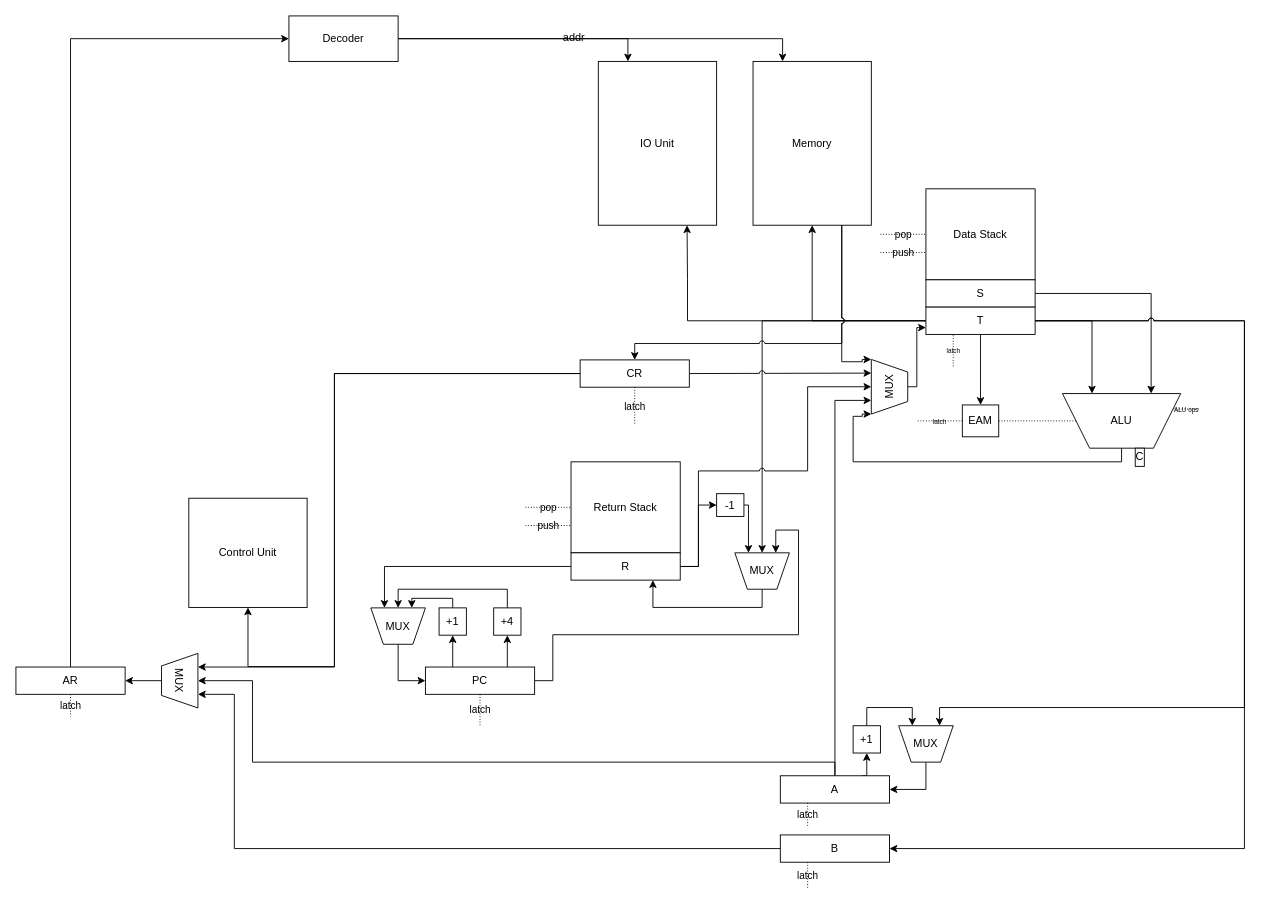
Before: CSA/sheme/f32a.drawio in artem961/itmo, a draw.io diagram. Source tidied: cells renumbered, new cells numbered last; positions are measured from the earlier drawing's top-left corner, leaving out a move shared by most shapes. Both pictures are drawn from the tidied source at 91%, with x=0, y=0 at pixel (15, 15).
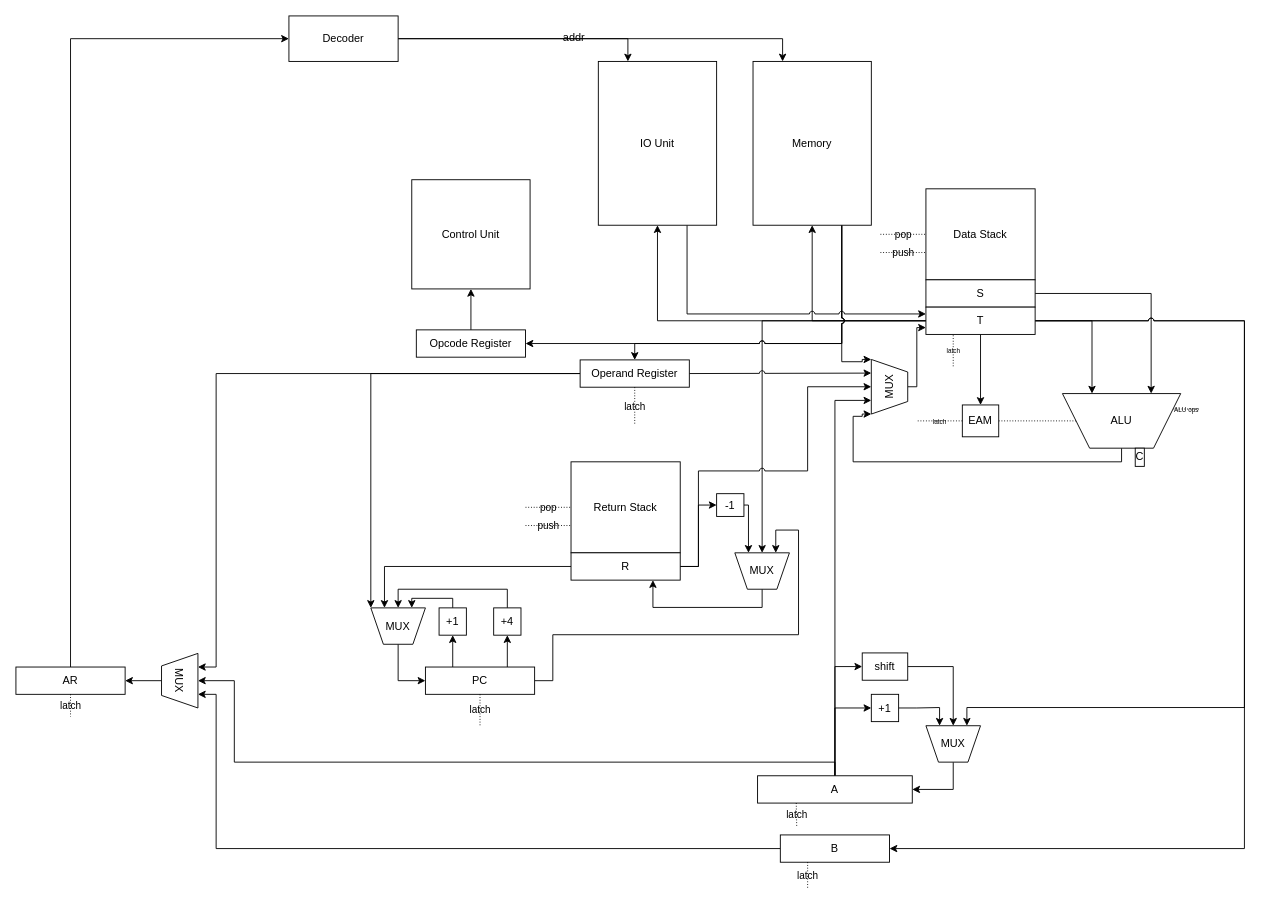
The same diagram, later.

Unchanged cells that the change refers to:
```xml
<mxCell id="15" value="T" style="rounded=0;whiteSpace=wrap;html=1;labelBackgroundColor=none;" parent="1" vertex="1">
  <mxGeometry x="1000" y="320" width="120" height="30" as="geometry" />
</mxCell>
<mxCell id="42" value="Memory" style="rounded=0;whiteSpace=wrap;html=1;labelBackgroundColor=none;" parent="1" vertex="1">
  <mxGeometry x="810" y="50" width="130" height="180" as="geometry" />
</mxCell>
<mxCell id="48" value="MUX" style="verticalLabelPosition=middle;verticalAlign=middle;html=1;shape=trapezoid;perimeter=trapezoidPerimeter;whiteSpace=wrap;size=0.23;arcSize=10;flipV=1;labelPosition=center;align=center;rounded=0;labelBackgroundColor=none;" parent="1" vertex="1">
  <mxGeometry x="390" y="650.5" width="60" height="40" as="geometry" />
</mxCell>
<mxCell id="64" value="MUX" style="verticalLabelPosition=middle;verticalAlign=middle;html=1;shape=trapezoid;perimeter=trapezoidPerimeter;whiteSpace=wrap;size=0.23;arcSize=10;flipV=1;labelPosition=center;align=center;rounded=0;rotation=90;labelBackgroundColor=none;" parent="1" vertex="1">
  <mxGeometry x="150" y="710.5" width="60" height="40" as="geometry" />
</mxCell>
<mxCell id="66" value="B" style="rounded=0;whiteSpace=wrap;html=1;labelBackgroundColor=none;" parent="1" vertex="1">
  <mxGeometry x="840" y="900" width="120" height="30" as="geometry" />
</mxCell>
<mxCell id="71" value="IO Unit" style="rounded=0;whiteSpace=wrap;html=1;labelBackgroundColor=none;" parent="1" vertex="1">
  <mxGeometry x="640" y="50" width="130" height="180" as="geometry" />
</mxCell>
```

The edit, as a diff of the source:
```diff
@@
     <mxCell id="12" style="edgeStyle=orthogonalEdgeStyle;rounded=0;jettySize=auto;html=1;entryX=0.75;entryY=0;entryDx=0;entryDy=0;fontFamily=Helvetica;fontSize=12;fontColor=default;jumpStyle=arc;labelBackgroundColor=none;" parent="1" edge="1" source="15" target="23">
       <mxGeometry relative="1" as="geometry">
         <Array as="points">
           <mxPoint x="1350" y="335" />
           <mxPoint x="1350" y="760" />
-          <mxPoint x="1015" y="760" />
+          <mxPoint x="1045" y="760" />
         </Array>
       </mxGeometry>
     </mxCell>
@@
-    <mxCell id="14" style="edgeStyle=orthogonalEdgeStyle;rounded=0;jettySize=auto;html=1;entryX=0.75;entryY=1;entryDx=0;entryDy=0;labelBackgroundColor=none;fontColor=default;" parent="1" edge="1" source="15" target="71">
+    <mxCell id="14" style="edgeStyle=orthogonalEdgeStyle;rounded=0;jettySize=auto;html=1;entryX=0.5;entryY=1;entryDx=0;entryDy=0;labelBackgroundColor=none;fontColor=default;" parent="1" edge="1" source="15" target="71">
       <mxGeometry relative="1" as="geometry">
         <Array as="points">
-          <mxPoint x="738" y="335" />
-          <mxPoint x="738" y="290" />
+          <mxPoint x="705" y="335" />
         </Array>
       </mxGeometry>
     </mxCell>
@@
-    <mxCell id="18" style="edgeStyle=orthogonalEdgeStyle;rounded=0;jettySize=auto;html=1;entryX=0.5;entryY=1;entryDx=0;entryDy=0;fontFamily=Helvetica;fontSize=12;fontColor=default;exitX=0.75;exitY=0;exitDx=0;exitDy=0;labelBackgroundColor=none;" parent="1" edge="1" source="21" target="25">
+    <mxCell id="18" style="edgeStyle=orthogonalEdgeStyle;rounded=0;jettySize=auto;html=1;entryX=0;entryY=0.5;entryDx=0;entryDy=0;fontFamily=Helvetica;fontSize=12;fontColor=default;labelBackgroundColor=none;exitX=0.5;exitY=0;exitDx=0;exitDy=0;" parent="1" edge="1" source="21" target="25">
       <mxGeometry relative="1" as="geometry" />
     </mxCell>
     <mxCell id="19" style="edgeStyle=orthogonalEdgeStyle;rounded=0;jettySize=auto;html=1;entryX=0.5;entryY=0;entryDx=0;entryDy=0;fontFamily=Helvetica;fontSize=12;fontColor=default;labelBackgroundColor=none;" parent="1" edge="1" source="21" target="64">
       <mxGeometry relative="1" as="geometry">
         <Array as="points">
           <mxPoint x="900" y="820" />
-          <mxPoint x="260" y="820" />
-          <mxPoint x="260" y="730" />
+          <mxPoint x="240" y="820" />
+          <mxPoint x="240" y="730" />
           <mxPoint x="200" y="730" />
         </Array>
       </mxGeometry>
     </mxCell>
@@
+    <mxCell id="78" style="edgeStyle=orthogonalEdgeStyle;rounded=0;jettySize=auto;html=1;entryX=0;entryY=0.5;entryDx=0;entryDy=0;" parent="1" edge="1" source="21" target="85">
+      <mxGeometry relative="1" as="geometry" />
+    </mxCell>
     <mxCell id="21" value="A" style="rounded=0;whiteSpace=wrap;html=1;labelBackgroundColor=none;" parent="1" vertex="1">
-      <mxGeometry x="840" y="835" width="120" height="30" as="geometry" />
+      <mxGeometry x="815" y="835" width="170" height="30" as="geometry" />
     </mxCell>
@@
     <mxCell id="23" value="MUX" style="verticalLabelPosition=middle;verticalAlign=middle;html=1;shape=trapezoid;perimeter=trapezoidPerimeter;whiteSpace=wrap;size=0.23;arcSize=10;flipV=1;labelPosition=center;align=center;rounded=0;labelBackgroundColor=none;" parent="1" vertex="1">
-      <mxGeometry x="970" y="780" width="60" height="40" as="geometry" />
+      <mxGeometry x="1000" y="780" width="60" height="40" as="geometry" />
     </mxCell>
-    <mxCell id="24" style="edgeStyle=orthogonalEdgeStyle;rounded=0;jettySize=auto;html=1;entryX=0.25;entryY=0;entryDx=0;entryDy=0;fontFamily=Helvetica;fontSize=12;fontColor=default;exitX=0.5;exitY=0;exitDx=0;exitDy=0;labelBackgroundColor=none;" parent="1" edge="1" source="25" target="23">
+    <mxCell id="24" style="edgeStyle=orthogonalEdgeStyle;rounded=0;jettySize=auto;html=1;entryX=0.25;entryY=0;entryDx=0;entryDy=0;fontFamily=Helvetica;fontSize=12;fontColor=default;exitX=1;exitY=0.5;exitDx=0;exitDy=0;labelBackgroundColor=none;" parent="1" edge="1" source="25" target="23">
       <mxGeometry relative="1" as="geometry" />
     </mxCell>
     <mxCell id="25" value="+1" style="rounded=0;whiteSpace=wrap;html=1;labelBackgroundColor=none;" parent="1" vertex="1">
-      <mxGeometry x="920" y="780" width="30" height="30" as="geometry" />
+      <mxGeometry x="940" y="745.5" width="30" height="30" as="geometry" />
     </mxCell>
@@
+    <mxCell id="79" style="edgeStyle=orthogonalEdgeStyle;rounded=0;jettySize=auto;html=1;entryX=1;entryY=0.5;entryDx=0;entryDy=0;exitX=0.75;exitY=1;exitDx=0;exitDy=0;jumpStyle=arc;" parent="1" edge="1" source="42" target="83">
+      <mxGeometry relative="1" as="geometry">
+        <Array as="points">
+          <mxPoint x="908" y="360" />
+          <mxPoint x="570" y="360" />
+        </Array>
+      </mxGeometry>
+    </mxCell>
@@
     <mxCell id="58" style="edgeStyle=orthogonalEdgeStyle;rounded=0;jettySize=auto;html=1;entryX=0.25;entryY=0;entryDx=0;entryDy=0;fontFamily=Helvetica;fontSize=12;fontColor=default;exitX=0;exitY=0.5;exitDx=0;exitDy=0;labelBackgroundColor=none;" parent="1" edge="1" source="60" target="64">
       <mxGeometry relative="1" as="geometry">
         <Array as="points">
-          <mxPoint x="350" y="393" />
-          <mxPoint x="350" y="716" />
+          <mxPoint x="220" y="393" />
+          <mxPoint x="220" y="716" />
         </Array>
       </mxGeometry>
     </mxCell>
-    <mxCell id="59" style="edgeStyle=orthogonalEdgeStyle;rounded=0;jettySize=auto;html=1;entryX=0.5;entryY=1;entryDx=0;entryDy=0;exitX=0;exitY=0.5;exitDx=0;exitDy=0;labelBackgroundColor=none;fontColor=default;" parent="1" edge="1" source="60" target="72">
-      <mxGeometry relative="1" as="geometry">
-        <Array as="points">
-          <mxPoint x="350" y="393" />
-          <mxPoint x="350" y="715" />
-          <mxPoint x="255" y="715" />
-        </Array>
-      </mxGeometry>
-    </mxCell>
+    <mxCell id="80" style="edgeStyle=orthogonalEdgeStyle;rounded=0;jettySize=auto;html=1;entryX=0;entryY=0;entryDx=0;entryDy=0;" parent="1" edge="1" source="60" target="48">
+      <mxGeometry relative="1" as="geometry" />
+    </mxCell>
-    <mxCell id="60" value="CR" style="rounded=0;whiteSpace=wrap;html=1;labelBackgroundColor=none;" parent="1" vertex="1">
+    <mxCell id="60" value="Operand Register" style="rounded=0;whiteSpace=wrap;html=1;labelBackgroundColor=none;" parent="1" vertex="1">
       <mxGeometry x="620" y="378" width="120" height="30" as="geometry" />
     </mxCell>
@@
     <mxCell id="65" style="edgeStyle=orthogonalEdgeStyle;rounded=0;jettySize=auto;html=1;entryX=0.75;entryY=0;entryDx=0;entryDy=0;fontFamily=Helvetica;fontSize=12;fontColor=default;labelBackgroundColor=none;" parent="1" edge="1" source="66" target="64">
       <mxGeometry relative="1" as="geometry">
         <Array as="points">
-          <mxPoint x="240" y="915" />
-          <mxPoint x="240" y="746" />
+          <mxPoint x="220" y="915" />
+          <mxPoint x="220" y="746" />
         </Array>
       </mxGeometry>
     </mxCell>
@@
+    <mxCell id="81" style="edgeStyle=orthogonalEdgeStyle;rounded=0;jettySize=auto;html=1;entryX=0;entryY=0.25;entryDx=0;entryDy=0;exitX=0.75;exitY=1;exitDx=0;exitDy=0;jumpStyle=arc;" parent="1" edge="1" source="71" target="15">
+      <mxGeometry relative="1" as="geometry">
+        <Array as="points">
+          <mxPoint x="738" y="328" />
+        </Array>
+      </mxGeometry>
+    </mxCell>
@@
     <mxCell id="72" value="Control Unit" style="rounded=0;whiteSpace=wrap;html=1;labelBackgroundColor=none;" parent="1" vertex="1">
-      <mxGeometry x="190" y="530" width="130" height="120" as="geometry" />
+      <mxGeometry x="435" y="180" width="130" height="120" as="geometry" />
     </mxCell>
@@
     <mxCell id="75" value="latch" style="endArrow=none;dashed=1;html=1;rounded=0;dashPattern=1 2;labelBackgroundColor=none;fontColor=default;exitX=0.25;exitY=1;exitDx=0;exitDy=0;" parent="1" edge="1" source="21">
       <mxGeometry relative="1" as="geometry">
-        <mxPoint x="870" y="890" as="targetPoint" />
+        <mxPoint x="858" y="890" as="targetPoint" />
       </mxGeometry>
     </mxCell>
@@
+    <mxCell id="82" style="edgeStyle=orthogonalEdgeStyle;rounded=0;jettySize=auto;html=1;entryX=0.5;entryY=1;entryDx=0;entryDy=0;" parent="1" edge="1" source="83" target="72">
+      <mxGeometry relative="1" as="geometry" />
+    </mxCell>
+    <mxCell id="83" value="Opcode Register" style="rounded=0;whiteSpace=wrap;html=1;labelBackgroundColor=none;" parent="1" vertex="1">
+      <mxGeometry x="440" y="345" width="120" height="30" as="geometry" />
+    </mxCell>
+    <mxCell id="84" style="edgeStyle=orthogonalEdgeStyle;rounded=0;jettySize=auto;html=1;entryX=0.5;entryY=0;entryDx=0;entryDy=0;exitX=1;exitY=0.5;exitDx=0;exitDy=0;" parent="1" edge="1" source="85" target="23">
+      <mxGeometry relative="1" as="geometry" />
+    </mxCell>
+    <mxCell id="85" value="shift" style="rounded=0;whiteSpace=wrap;html=1;labelBackgroundColor=none;" parent="1" vertex="1">
+      <mxGeometry x="930" y="700" width="50" height="30" as="geometry" />
+    </mxCell>
```
